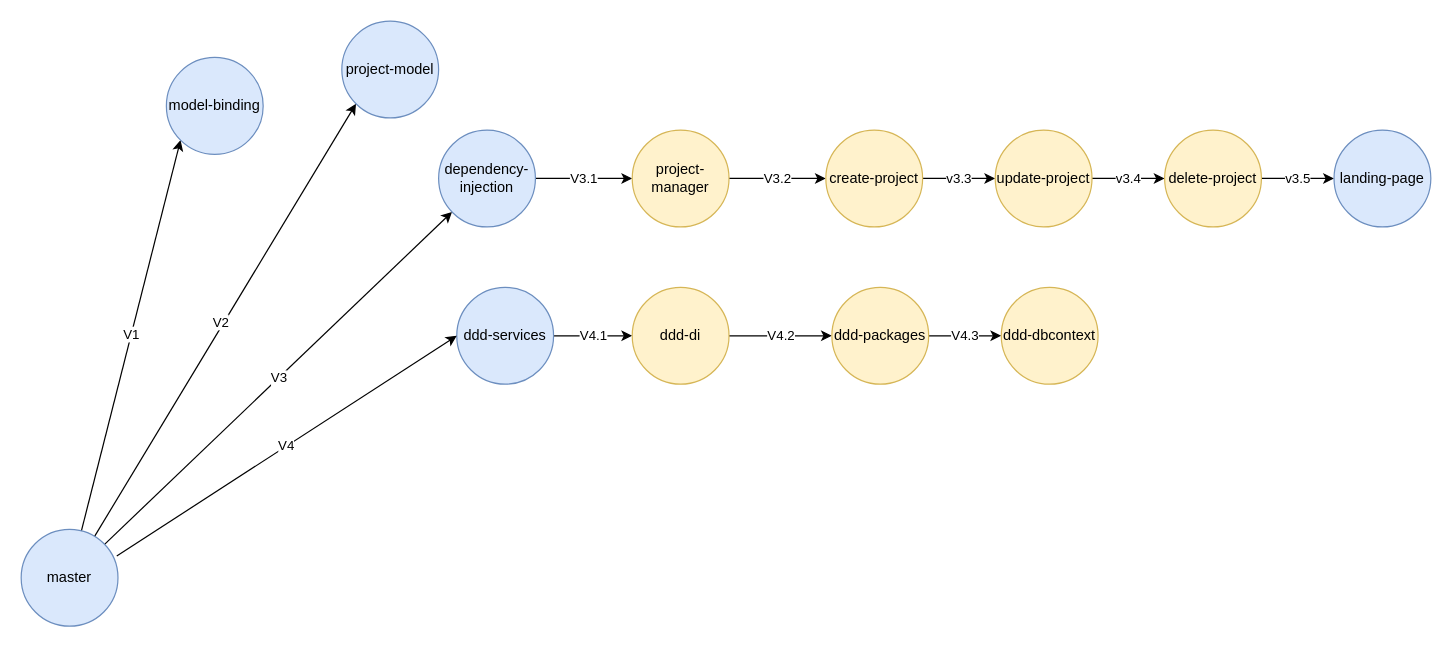
Earlier version of the draw.io diagram PIS.drawio (zcomert/project-information-system). Source tidied: cells renumbered, new cells numbered last; positions are measured from the earlier drawing's top-left corner, leaving out a move shared by most shapes. Both pictures are drawn from the tidied source at 121%, with x=0, y=0 at pixel (21, 21).
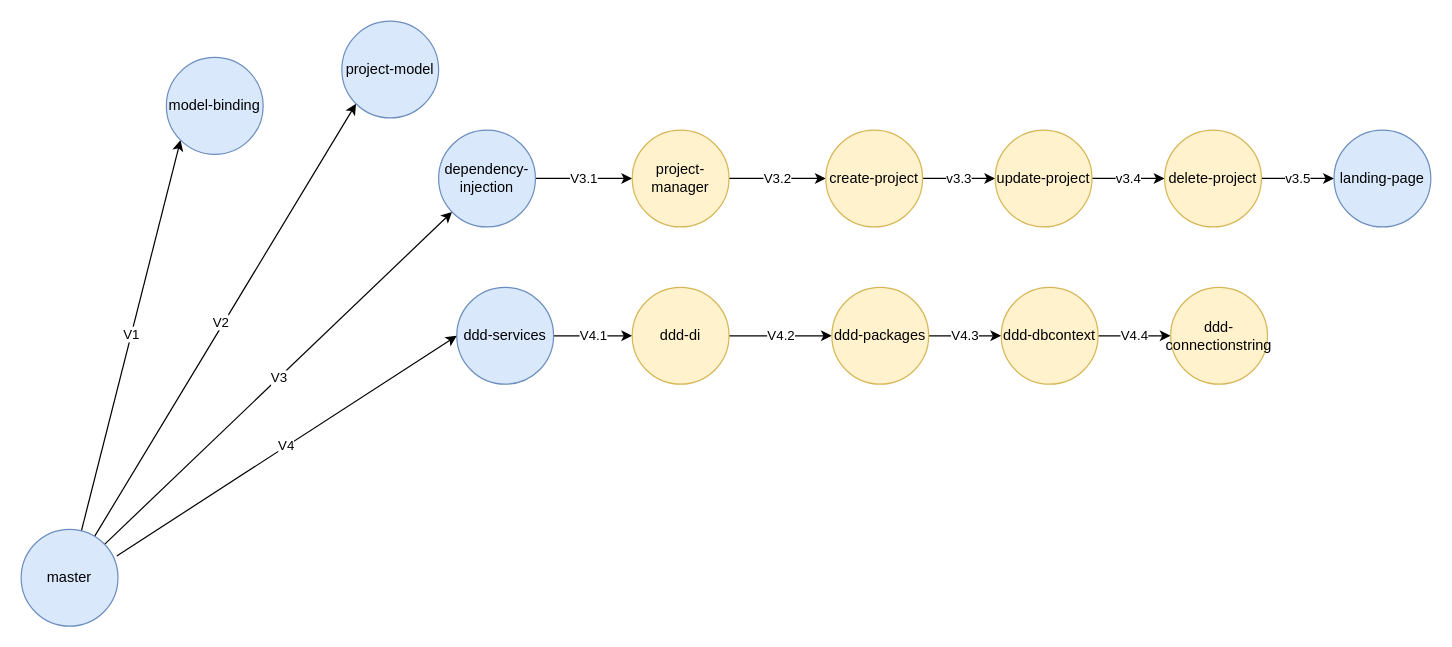
Above is the later version.

Commit message (it also covers changes not shown here):
connectionstring and di registratino has been done.

Unchanged cells that the change refers to:
```xml
<mxCell id="28" value="ddd-dbcontext" style="ellipse;whiteSpace=wrap;html=1;fillColor=#fff2cc;strokeColor=#d6b656;" parent="1" vertex="1">
  <mxGeometry x="810" y="220" width="80" height="80" as="geometry" />
</mxCell>
```

Diff of the diagram source:
```diff
@@
+    <mxCell id="29" value="V4.4" style="edgeStyle=orthogonalEdgeStyle;rounded=0;jettySize=auto;html=1;entryX=0;entryY=0.5;entryDx=0;entryDy=0;" parent="1" edge="1" source="28" target="30">
+      <mxGeometry relative="1" as="geometry" />
+    </mxCell>
@@
+    <mxCell id="30" value="ddd-connectionstring" style="ellipse;whiteSpace=wrap;html=1;fillColor=#fff2cc;strokeColor=#d6b656;" parent="1" vertex="1">
+      <mxGeometry x="950" y="220" width="80" height="80" as="geometry" />
+    </mxCell>
```
